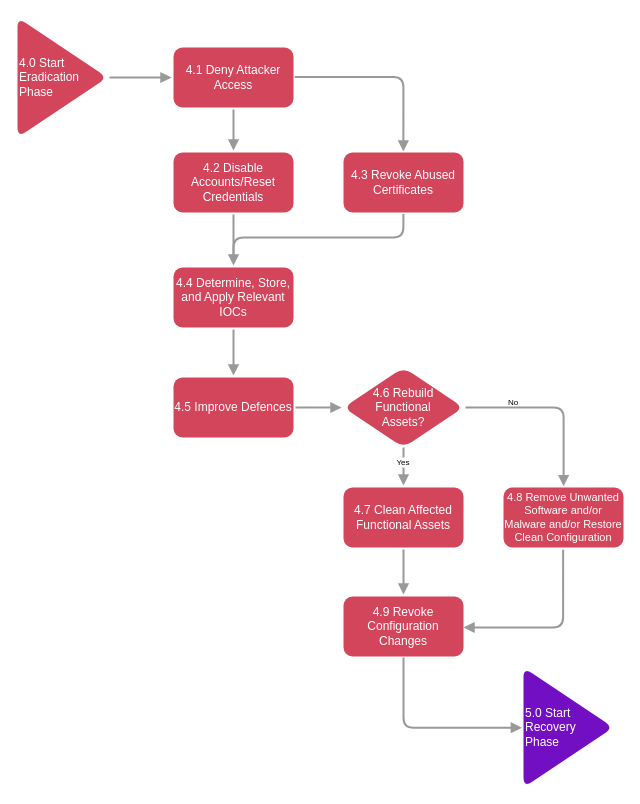
The draw.io diagram page "Figure 5 Eradication" (5 of 7) of IR Plan Flows.drawio in nightly-nessie/irplan-playbooks, before the edit. Source tidied: cells renumbered, new cells numbered last; positions are measured from the earlier drawing's top-left corner, leaving out a move shared by most shapes. Both pictures are drawn from the tidied source at 100%, with x=0, y=0 at pixel (17, 17).
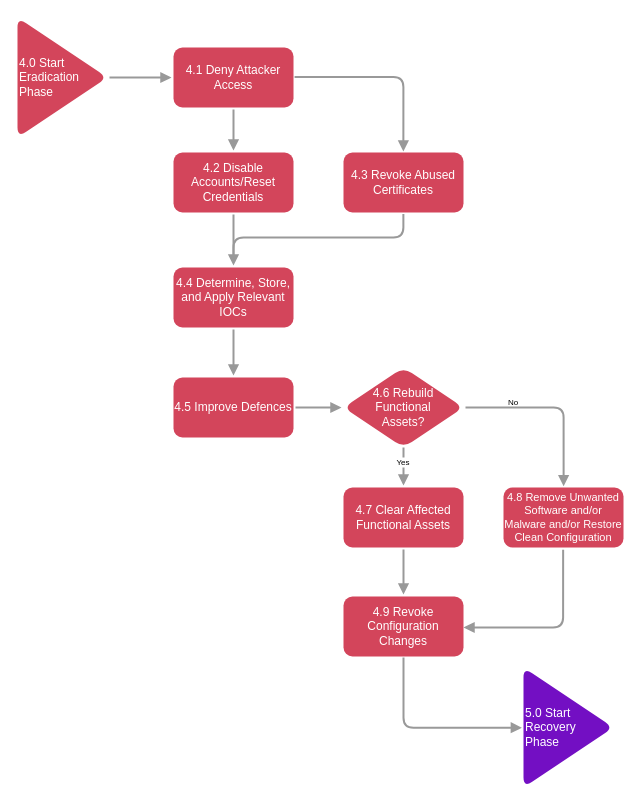
Above is the later version.

Commit message (it also covers changes not shown here):
clean -> clear

Change to the diagram source:
```diff
@@
-    <mxCell id="23" value="4.7 Clean Affected Functional Assets" style="rounded=1;whiteSpace=wrap;html=1;strokeColor=none;fillColor=#D3455B;labelBackgroundColor=none;labelBorderColor=none;fontColor=#FFFFFF;" parent="1" vertex="1">
+    <mxCell id="23" value="4.7 Clear Affected Functional Assets" style="rounded=1;whiteSpace=wrap;html=1;strokeColor=none;fillColor=#D3455B;labelBackgroundColor=none;labelBorderColor=none;fontColor=#FFFFFF;" parent="1" vertex="1">
       <mxGeometry x="326" y="470" width="120" height="60" as="geometry" />
     </mxCell>
```
